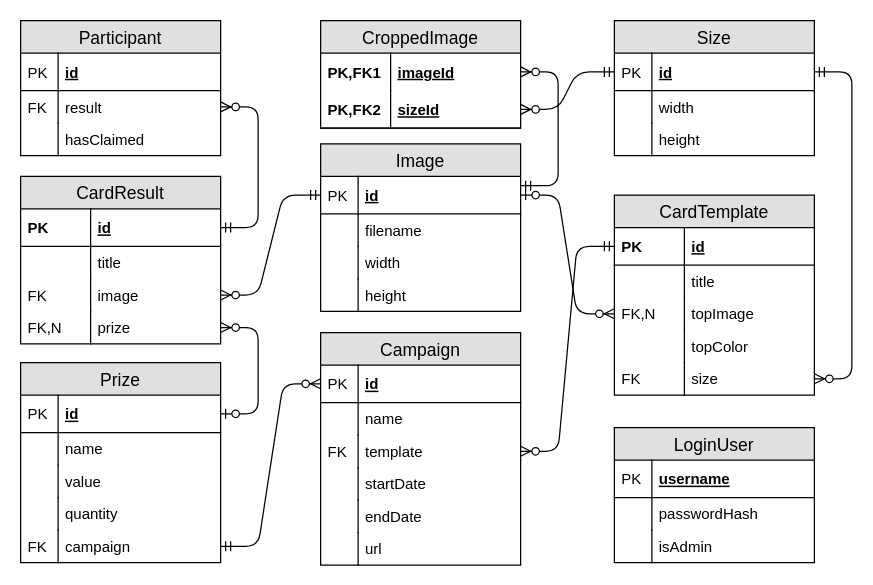
The draw.io diagram RivalProjectERD.drawio in janjosef777/RivalProject, before the edit. Source tidied: cells renumbered, new cells numbered last; positions are measured from the earlier drawing's top-left corner, leaving out a move shared by most shapes. Both pictures are drawn from the tidied source at 125%, with x=0, y=0 at pixel (20, 20).
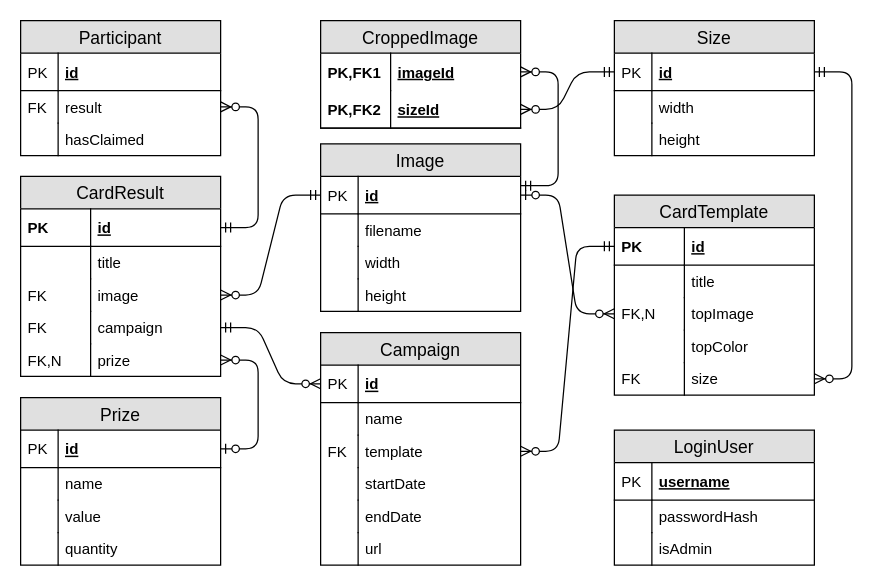
Above is the later version.

The change refers to these unchanged cells:
```xml
<mxCell id="21" value="id" style="shape=partialRectangle;top=0;left=0;right=0;bottom=1;align=left;verticalAlign=middle;fillColor=none;spacingLeft=34;spacingRight=4;overflow=hidden;points=[[0,0.5],[1,0.5]];portConstraint=eastwest;fontStyle=5;fontSize=12;" parent="20" vertex="1">
  <mxGeometry y="26" width="160" height="30" as="geometry" />
</mxCell>
<mxCell id="76" value="id" style="shape=partialRectangle;top=0;left=0;right=0;bottom=1;align=left;verticalAlign=middle;fillColor=none;spacingLeft=34;spacingRight=4;overflow=hidden;points=[[0,0.5],[1,0.5]];portConstraint=eastwest;fontStyle=5;fontSize=12;" parent="75" vertex="1">
  <mxGeometry y="26" width="160" height="30" as="geometry" />
</mxCell>
```

What changed in the source:
```diff
@@
     <mxCell id="2" value="LoginUser" style="swimlane;fontStyle=0;horizontal=1;startSize=26;fillColor=#e0e0e0;swimlaneFillColor=#ffffff;align=center;fontSize=14;" parent="1" vertex="1">
-      <mxGeometry x="475" y="325.5" width="160" height="108" as="geometry" />
+      <mxGeometry x="475" y="327.5" width="160" height="108" as="geometry" />
     </mxCell>
@@
     <mxCell id="9" value="Prize" style="swimlane;fontStyle=0;horizontal=1;startSize=26;fillColor=#e0e0e0;swimlaneFillColor=#ffffff;align=center;fontSize=14;" parent="1" vertex="1">
-      <mxGeometry y="273.5" width="160" height="160" as="geometry" />
+      <mxGeometry y="301.5" width="160" height="134" as="geometry" />
     </mxCell>
@@
-    <mxCell id="18" value="campaign" style="shape=partialRectangle;top=0;left=0;right=0;bottom=0;align=left;verticalAlign=top;fillColor=none;spacingLeft=34;spacingRight=4;overflow=hidden;points=[[0,0.5],[1,0.5]];portConstraint=eastwest;fontSize=12;" parent="9" vertex="1">
-      <mxGeometry y="134" width="160" height="26" as="geometry" />
-    </mxCell>
-    <mxCell id="19" value="FK" style="shape=partialRectangle;top=0;left=0;bottom=0;fillColor=none;align=left;verticalAlign=top;spacingLeft=4;spacingRight=4;overflow=hidden;fontSize=12;" parent="18" vertex="1">
-      <mxGeometry width="30" height="26" as="geometry" />
-    </mxCell>
@@
-    <mxCell id="51" style="edgeStyle=entityRelationEdgeStyle;fontSize=12;html=1;endArrow=ERzeroToMany;startArrow=ERmandOne;" parent="1" edge="1" source="21" target="60">
+    <mxCell id="51" style="edgeStyle=entityRelationEdgeStyle;fontSize=12;html=1;endArrow=ERzeroToMany;startArrow=ERmandOne;" parent="1" edge="1" source="21" target="90">
       <mxGeometry relative="1" as="geometry" />
     </mxCell>
@@
     <mxCell id="55" value="CardResult" style="swimlane;fontStyle=0;horizontal=1;startSize=26;fillColor=#e0e0e0;swimlaneFillColor=#ffffff;align=center;fontSize=14;" parent="1" vertex="1">
-      <mxGeometry y="124.5" width="160" height="134" as="geometry" />
+      <mxGeometry y="124.5" width="160" height="160" as="geometry" />
     </mxCell>
@@
+    <mxCell id="90" value="image" style="shape=partialRectangle;top=0;left=0;right=0;bottom=0;align=left;verticalAlign=top;fillColor=none;spacingLeft=60;spacingRight=4;overflow=hidden;points=[[0,0.5],[1,0.5]];portConstraint=eastwest;fontSize=12;" parent="55" vertex="1">
+      <mxGeometry y="82" width="160" height="26" as="geometry" />
+    </mxCell>
+    <mxCell id="19" value="FK" style="shape=partialRectangle;top=0;left=0;bottom=0;fillColor=none;align=left;verticalAlign=top;spacingLeft=4;spacingRight=4;overflow=hidden;fontSize=12;" parent="90" vertex="1">
+      <mxGeometry width="56" height="26" as="geometry" />
+    </mxCell>
-    <mxCell id="60" value="image" style="shape=partialRectangle;top=0;left=0;right=0;bottom=0;align=left;verticalAlign=top;fillColor=none;spacingLeft=60;spacingRight=4;overflow=hidden;points=[[0,0.5],[1,0.5]];portConstraint=eastwest;fontSize=12;" parent="55" vertex="1">
-      <mxGeometry y="82" width="160" height="26" as="geometry" />
+    <mxCell id="60" value="campaign" style="shape=partialRectangle;top=0;left=0;right=0;bottom=0;align=left;verticalAlign=top;fillColor=none;spacingLeft=60;spacingRight=4;overflow=hidden;points=[[0,0.5],[1,0.5]];portConstraint=eastwest;fontSize=12;" parent="55" vertex="1">
+      <mxGeometry y="108" width="160" height="26" as="geometry" />
     </mxCell>
@@
     <mxCell id="62" value="prize" style="shape=partialRectangle;top=0;left=0;right=0;bottom=0;align=left;verticalAlign=top;fillColor=none;spacingLeft=60;spacingRight=4;overflow=hidden;points=[[0,0.5],[1,0.5]];portConstraint=eastwest;fontSize=12;" parent="55" vertex="1">
-      <mxGeometry y="108" width="160" height="26" as="geometry" />
+      <mxGeometry y="134" width="160" height="26" as="geometry" />
     </mxCell>
@@
-    <mxCell id="89" style="edgeStyle=entityRelationEdgeStyle;fontSize=12;html=1;endArrow=ERzeroToMany;startArrow=ERmandOne;" parent="1" edge="1" source="18" target="76">
+    <mxCell id="89" style="edgeStyle=entityRelationEdgeStyle;fontSize=12;html=1;endArrow=ERzeroToMany;startArrow=ERmandOne;" parent="1" edge="1" source="60" target="76">
       <mxGeometry relative="1" as="geometry" />
     </mxCell>
```
